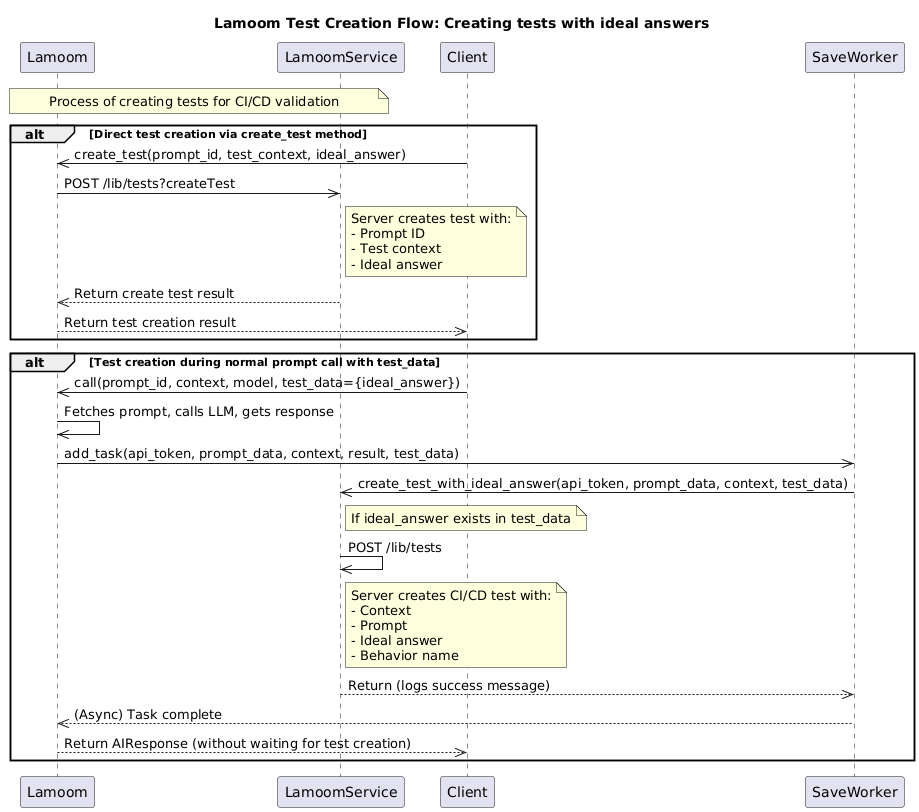
Above: docs/sequence_diagrams/pngs/lamoom_test_creation.png in LamoomAI/lamoom-python (PlantUML), before the change.
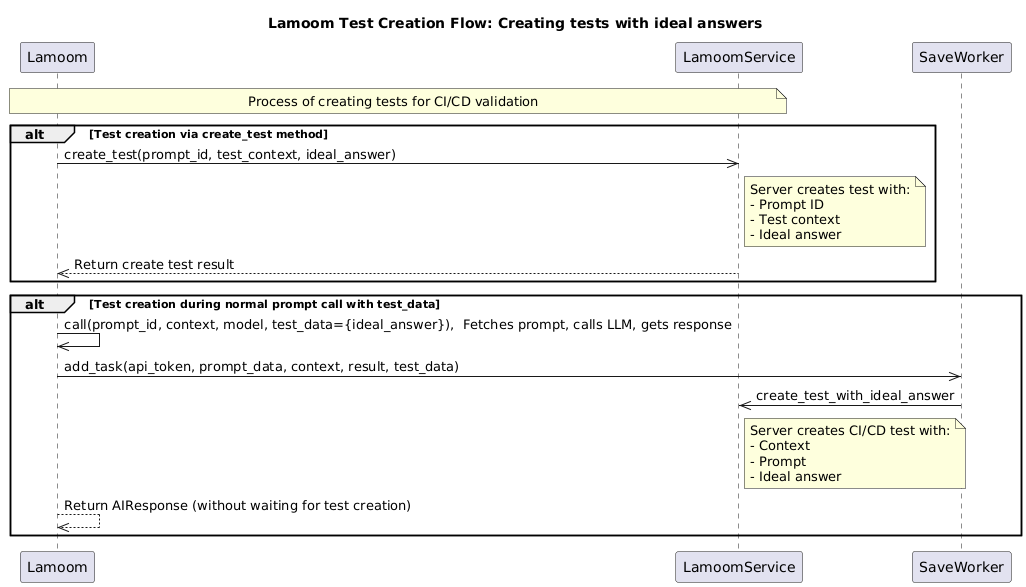
After the commit.

The edit, as a diff of the source:
```diff
@@ -3,33 +3,19 @@
 
   note over Lamoom,LamoomService: Process of creating tests for CI/CD validation
 
-    alt Direct test creation via create_test method
-      Client->>Lamoom: create_test(prompt_id, test_context, ideal_answer)
-
-      Lamoom->>LamoomService: POST /lib/tests?createTest
+    alt Test creation via create_test method
+      Lamoom->>LamoomService: create_test(prompt_id, test_context, ideal_answer)
       note right of LamoomService: Server creates test with:\n- Prompt ID\n- Test context\n- Ideal answer
 
       LamoomService-->>Lamoom: Return create test result
-
-      Lamoom-->>Client: Return test creation result
     end
 
     alt Test creation during normal prompt call with test_data
-      Client->>Lamoom: call(prompt_id, context, model, test_data={ideal_answer})
-
-      Lamoom->>Lamoom: Fetches prompt, calls LLM, gets response
+      Lamoom->>Lamoom: call(prompt_id, context, model, test_data={ideal_answer}),  Fetches prompt, calls LLM, gets response
 
       Lamoom->>SaveWorker: add_task(api_token, prompt_data, context, result, test_data)
-      SaveWorker->>LamoomService: create_test_with_ideal_answer(api_token, prompt_data, context, test_data)
-
-      note right of LamoomService: If ideal_answer exists in test_data
-
-      LamoomService->>LamoomService: POST /lib/tests
-      note right of LamoomService: Server creates CI/CD test with:\n- Context\n- Prompt\n- Ideal answer\n- Behavior name
-
-      LamoomService-->>SaveWorker: Return (logs success message)
-
-      SaveWorker-->>Lamoom: (Async) Task complete
-      Lamoom-->>Client: Return AIResponse (without waiting for test creation)
+      SaveWorker->>LamoomService: create_test_with_ideal_answer
+      note right of LamoomService:  Server creates CI/CD test with:\n- Context\n- Prompt\n- Ideal answer
+      Lamoom-->>Lamoom: Return AIResponse (without waiting for test creation)
     end
 @enduml
```
